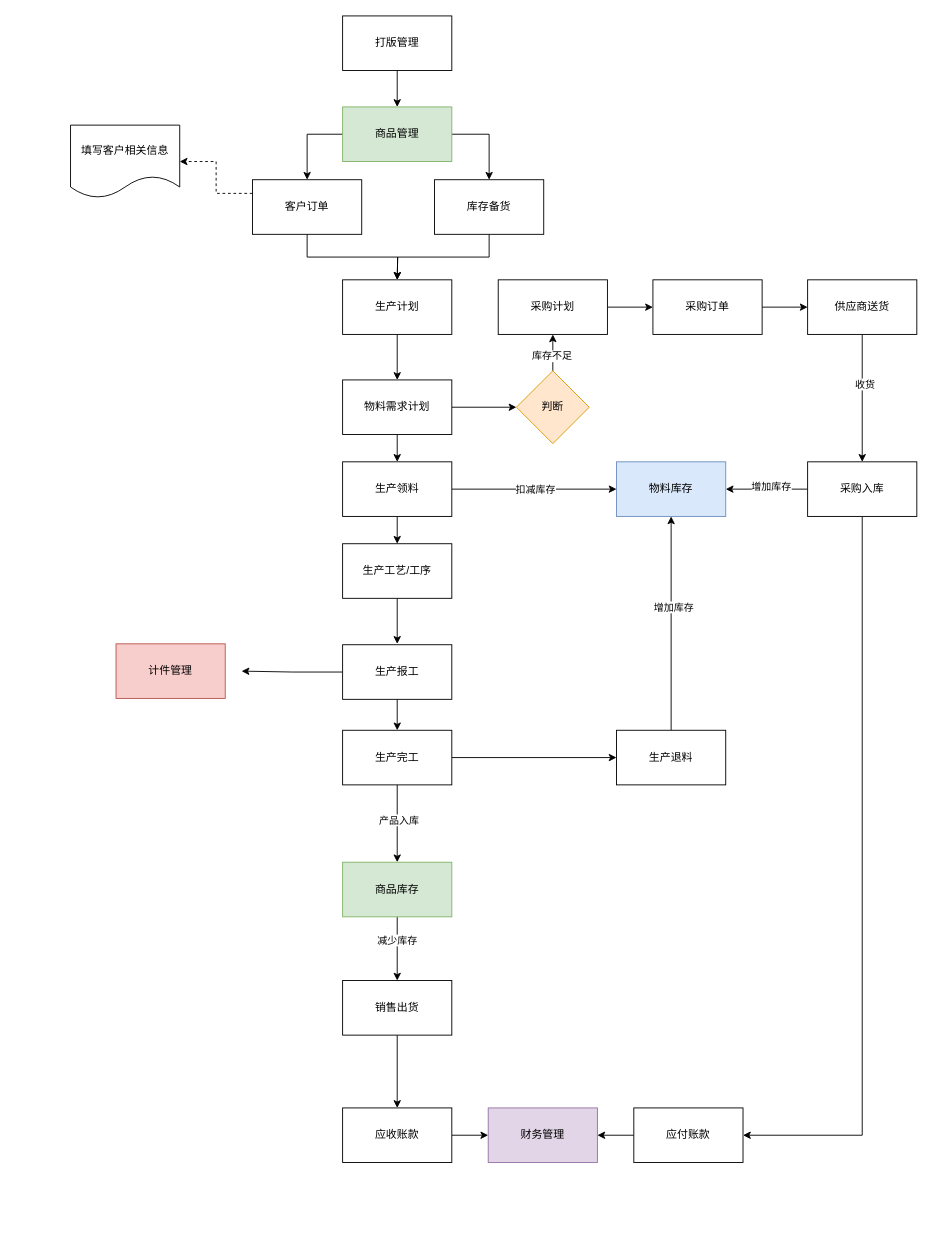
This is erp流程.drawio from pbm0802/GitIDEATest, a draw.io file, before an edit. Source tidied: cells renumbered, new cells numbered last; positions are measured from the earlier drawing's top-left corner, leaving out a move shared by most shapes. Both pictures are drawn from the tidied source at 91%, with x=0, y=0 at pixel (70, 15).
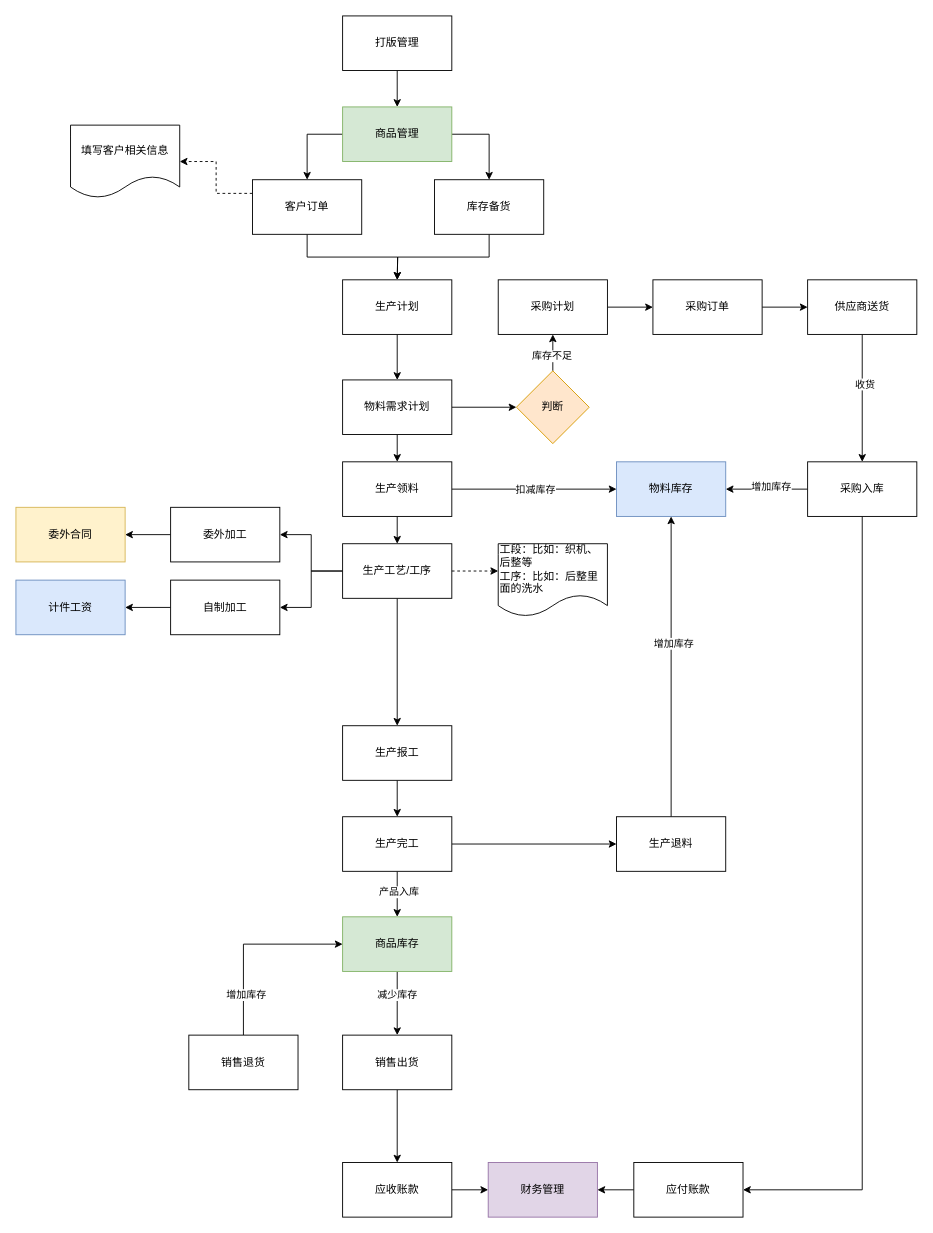
Above is the later version.

The change refers to these unchanged cells:
```xml
<mxCell id="43" value="生产工艺/工序" style="rounded=0;whiteSpace=wrap;html=1;" parent="1" vertex="1">
  <mxGeometry x="299" y="580" width="120" height="60" as="geometry" />
</mxCell>
```

Diff of the diagram source:
```diff
@@
     <mxCell id="13" value="财务管理" style="rounded=0;whiteSpace=wrap;html=1;fillColor=#e1d5e7;strokeColor=#9673a6;" parent="1" vertex="1">
-      <mxGeometry x="459" y="1200" width="120" height="60" as="geometry" />
+      <mxGeometry x="459" y="1260" width="120" height="60" as="geometry" />
     </mxCell>
@@
     <mxCell id="15" value="应收账款" style="rounded=0;whiteSpace=wrap;html=1;" parent="1" vertex="1">
-      <mxGeometry x="299" y="1200" width="120" height="60" as="geometry" />
+      <mxGeometry x="299" y="1260" width="120" height="60" as="geometry" />
     </mxCell>
@@
     <mxCell id="17" value="应付账款" style="rounded=0;whiteSpace=wrap;html=1;" parent="1" vertex="1">
-      <mxGeometry x="619" y="1200" width="120" height="60" as="geometry" />
+      <mxGeometry x="619" y="1260" width="120" height="60" as="geometry" />
     </mxCell>
@@
-    <mxCell id="42" style="edgeStyle=orthogonalEdgeStyle;rounded=0;jettySize=auto;html=1;exitX=0.5;exitY=1;exitDx=0;exitDy=0;" parent="1" edge="1" source="43">
-      <mxGeometry relative="1" as="geometry">
-        <mxPoint x="359" y="690" as="targetPoint" />
-      </mxGeometry>
-    </mxCell>
+    <mxCell id="60" style="edgeStyle=orthogonalEdgeStyle;rounded=0;jettySize=auto;html=1;exitX=0;exitY=0.5;exitDx=0;exitDy=0;entryX=1;entryY=0.5;entryDx=0;entryDy=0;" parent="1" edge="1" source="43" target="68">
+      <mxGeometry relative="1" as="geometry" />
+    </mxCell>
+    <mxCell id="61" style="edgeStyle=orthogonalEdgeStyle;rounded=0;jettySize=auto;html=1;exitX=0;exitY=0.5;exitDx=0;exitDy=0;entryX=1;entryY=0.5;entryDx=0;entryDy=0;" parent="1" edge="1" source="43" target="70">
+      <mxGeometry relative="1" as="geometry" />
+    </mxCell>
+    <mxCell id="62" style="edgeStyle=orthogonalEdgeStyle;rounded=0;jettySize=auto;html=1;exitX=0.5;exitY=1;exitDx=0;exitDy=0;entryX=0.5;entryY=0;entryDx=0;entryDy=0;" parent="1" edge="1" source="43" target="46">
+      <mxGeometry relative="1" as="geometry" />
+    </mxCell>
@@
-    <mxCell id="45" style="edgeStyle=orthogonalEdgeStyle;rounded=0;jettySize=auto;html=1;exitX=0;exitY=0.5;exitDx=0;exitDy=0;entryX=1;entryY=0.5;entryDx=0;entryDy=0;" parent="1" edge="1" source="46">
-      <mxGeometry relative="1" as="geometry">
-        <mxPoint x="188" y="720" as="targetPoint" />
-      </mxGeometry>
-    </mxCell>
     <mxCell id="46" value="生产报工" style="rounded=0;whiteSpace=wrap;html=1;" parent="1" vertex="1">
-      <mxGeometry x="299" y="691" width="120" height="60" as="geometry" />
+      <mxGeometry x="299" y="780" width="120" height="60" as="geometry" />
     </mxCell>
@@
     <mxCell id="50" value="生产完工" style="rounded=0;whiteSpace=wrap;html=1;" parent="1" vertex="1">
-      <mxGeometry x="299" y="785" width="120" height="60" as="geometry" />
+      <mxGeometry x="299" y="880" width="120" height="60" as="geometry" />
     </mxCell>
@@
     <mxCell id="53" value="生产退料" style="rounded=0;whiteSpace=wrap;html=1;" parent="1" vertex="1">
-      <mxGeometry x="600" y="785" width="120" height="60" as="geometry" />
+      <mxGeometry x="600" y="880" width="120" height="60" as="geometry" />
     </mxCell>
-    <mxCell id="54" value="计件管理" style="rounded=0;whiteSpace=wrap;html=1;fillColor=#f8cecc;strokeColor=#b85450;" parent="1" vertex="1">
-      <mxGeometry x="50" y="690" width="120" height="60" as="geometry" />
-    </mxCell>
@@
     <mxCell id="57" value="商品库存" style="rounded=0;whiteSpace=wrap;html=1;fillColor=#d5e8d4;strokeColor=#82b366;" parent="1" vertex="1">
-      <mxGeometry x="299" y="930" width="120" height="60" as="geometry" />
+      <mxGeometry x="299" y="990" width="120" height="60" as="geometry" />
     </mxCell>
@@
     <mxCell id="59" value="销售出货" style="rounded=0;whiteSpace=wrap;html=1;" parent="1" vertex="1">
-      <mxGeometry x="299" y="1060" width="120" height="60" as="geometry" />
+      <mxGeometry x="299" y="1120" width="120" height="60" as="geometry" />
     </mxCell>
+    <mxCell id="63" style="edgeStyle=orthogonalEdgeStyle;rounded=0;jettySize=auto;html=1;exitX=0.5;exitY=0;exitDx=0;exitDy=0;entryX=0;entryY=0.5;entryDx=0;entryDy=0;" parent="1" edge="1" source="65" target="57">
+      <mxGeometry relative="1" as="geometry" />
+    </mxCell>
+    <mxCell id="64" value="增加库存" style="edgeLabel;html=1;align=center;verticalAlign=middle;" parent="63" vertex="1">
+      <mxGeometry x="-0.57" y="-2" relative="1" as="geometry" />
+    </mxCell>
+    <mxCell id="65" value="销售退货" style="rounded=0;whiteSpace=wrap;html=1;" parent="1" vertex="1">
+      <mxGeometry x="130" y="1120" width="120" height="60" as="geometry" />
+    </mxCell>
+    <mxCell id="66" value="工段：比如：织机、后整等&lt;br&gt;工序：比如：后整里面的洗水" style="shape=document;whiteSpace=wrap;html=1;boundedLbl=1;align=left;" parent="1" vertex="1">
+      <mxGeometry x="470" y="580" width="120" height="80" as="geometry" />
+    </mxCell>
+    <mxCell id="67" style="edgeStyle=orthogonalEdgeStyle;rounded=0;jettySize=auto;html=1;exitX=0;exitY=0.5;exitDx=0;exitDy=0;entryX=1;entryY=0.5;entryDx=0;entryDy=0;" parent="1" edge="1" source="68" target="72">
+      <mxGeometry relative="1" as="geometry" />
+    </mxCell>
+    <mxCell id="68" value="委外加工" style="rounded=0;whiteSpace=wrap;html=1;" parent="1" vertex="1">
+      <mxGeometry x="110" y="540" width="120" height="60" as="geometry" />
+    </mxCell>
+    <mxCell id="69" style="edgeStyle=orthogonalEdgeStyle;rounded=0;jettySize=auto;html=1;exitX=0;exitY=0.5;exitDx=0;exitDy=0;entryX=1;entryY=0.5;entryDx=0;entryDy=0;" parent="1" edge="1" source="70" target="73">
+      <mxGeometry relative="1" as="geometry" />
+    </mxCell>
+    <mxCell id="70" value="自制加工" style="rounded=0;whiteSpace=wrap;html=1;" parent="1" vertex="1">
+      <mxGeometry x="110" y="620" width="120" height="60" as="geometry" />
+    </mxCell>
+    <mxCell id="71" style="edgeStyle=orthogonalEdgeStyle;rounded=0;jettySize=auto;html=1;exitX=1;exitY=0.5;exitDx=0;exitDy=0;entryX=0;entryY=0.375;entryDx=0;entryDy=0;entryPerimeter=0;dashed=1;" parent="1" edge="1" source="43" target="66">
+      <mxGeometry relative="1" as="geometry" />
+    </mxCell>
+    <mxCell id="72" value="委外合同" style="rounded=0;whiteSpace=wrap;html=1;fillColor=#fff2cc;strokeColor=#d6b656;" parent="1" vertex="1">
+      <mxGeometry x="-60" y="540" width="120" height="60" as="geometry" />
+    </mxCell>
+    <mxCell id="73" value="计件工资" style="rounded=0;whiteSpace=wrap;html=1;fillColor=#dae8fc;strokeColor=#6c8ebf;" parent="1" vertex="1">
+      <mxGeometry x="-60" y="620" width="120" height="60" as="geometry" />
+    </mxCell>
```
